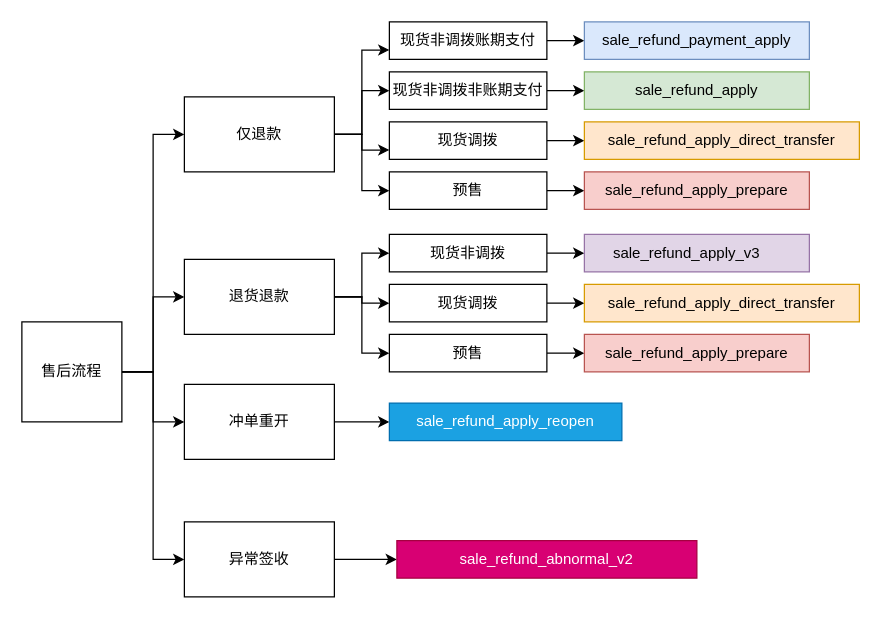
Earlier version of the draw.io diagram 售后流程.drawio (gorylee/flow-chart). Source tidied: cells renumbered, new cells numbered last; positions are measured from the earlier drawing's top-left corner, leaving out a move shared by most shapes. Both pictures are drawn from the tidied source at 125%, with x=0, y=0 at pixel (21, 21).
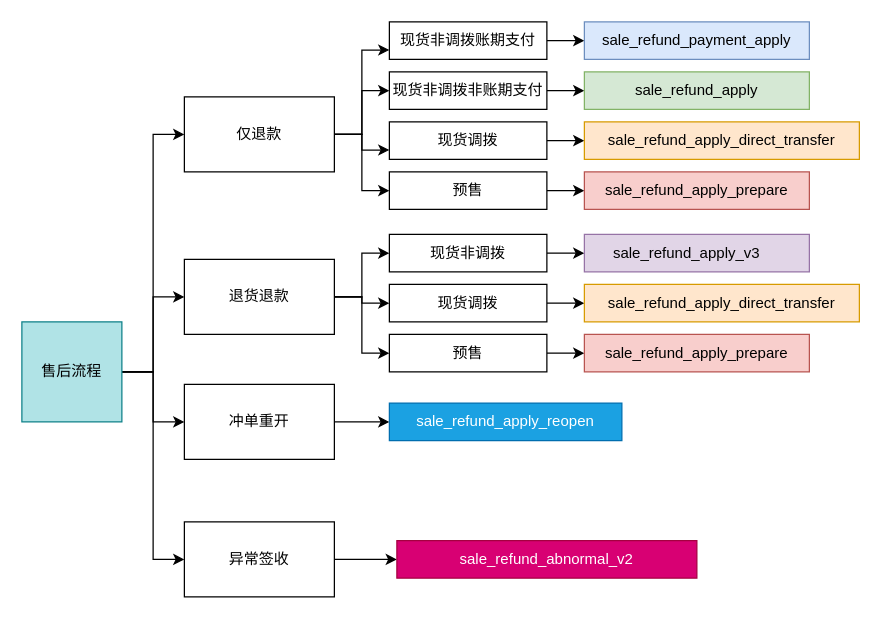
The same diagram, later.

Commit message (it also covers changes not shown here):
更新售后流程.drawio

Change to the diagram source:
```diff
@@
-    <mxCell id="6" value="售后流程" style="whiteSpace=wrap;html=1;" parent="1" vertex="1">
+    <mxCell id="6" value="售后流程" style="whiteSpace=wrap;html=1;fillColor=#b0e3e6;strokeColor=#0e8088;" parent="1" vertex="1">
       <mxGeometry y="240" width="80" height="80" as="geometry" />
     </mxCell>
```
